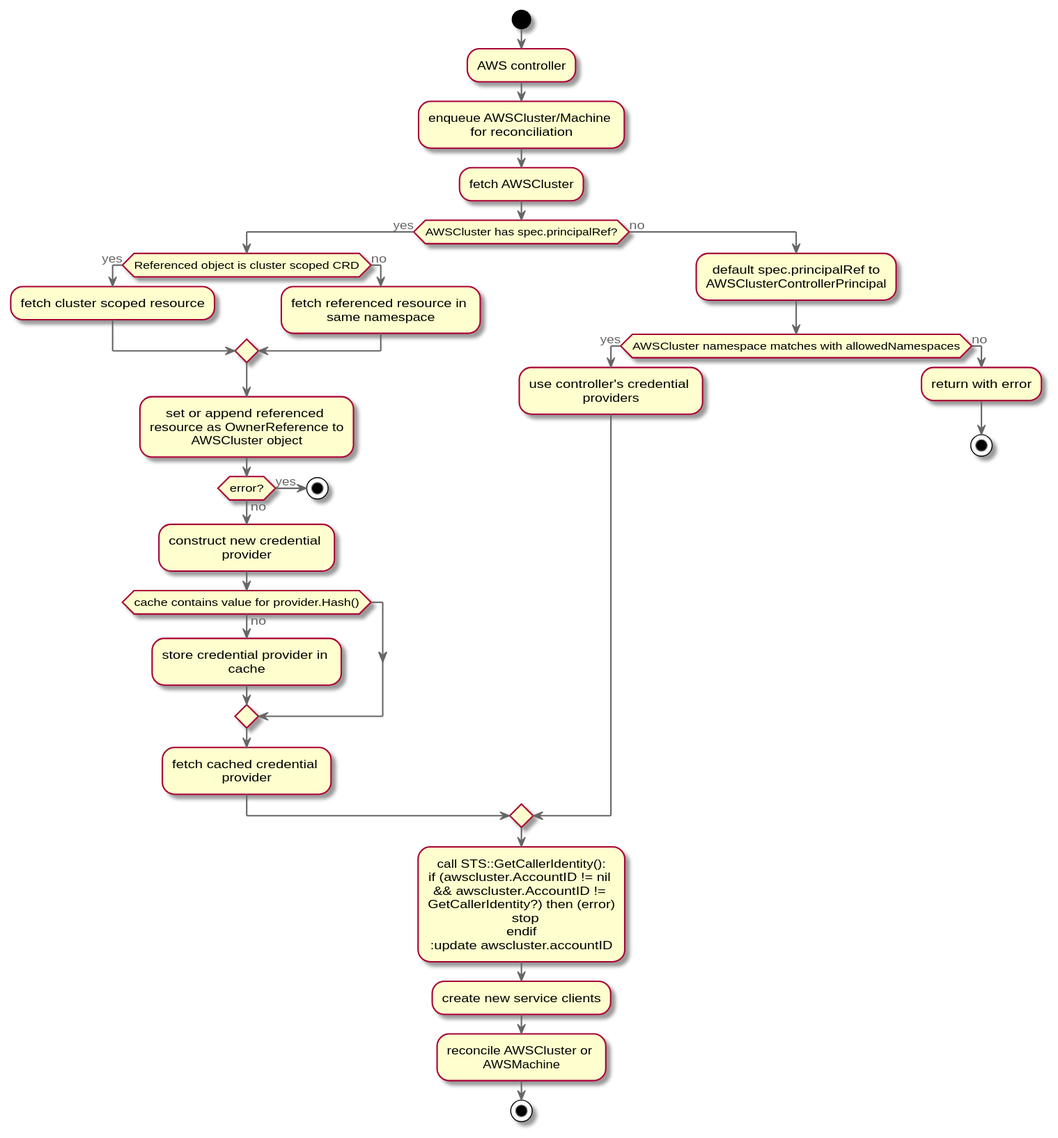
Above: docs/proposal/20200506-single-controller-multitenancy-flow.svg in dropbox-code/repo-9 (PlantUML), before the change.
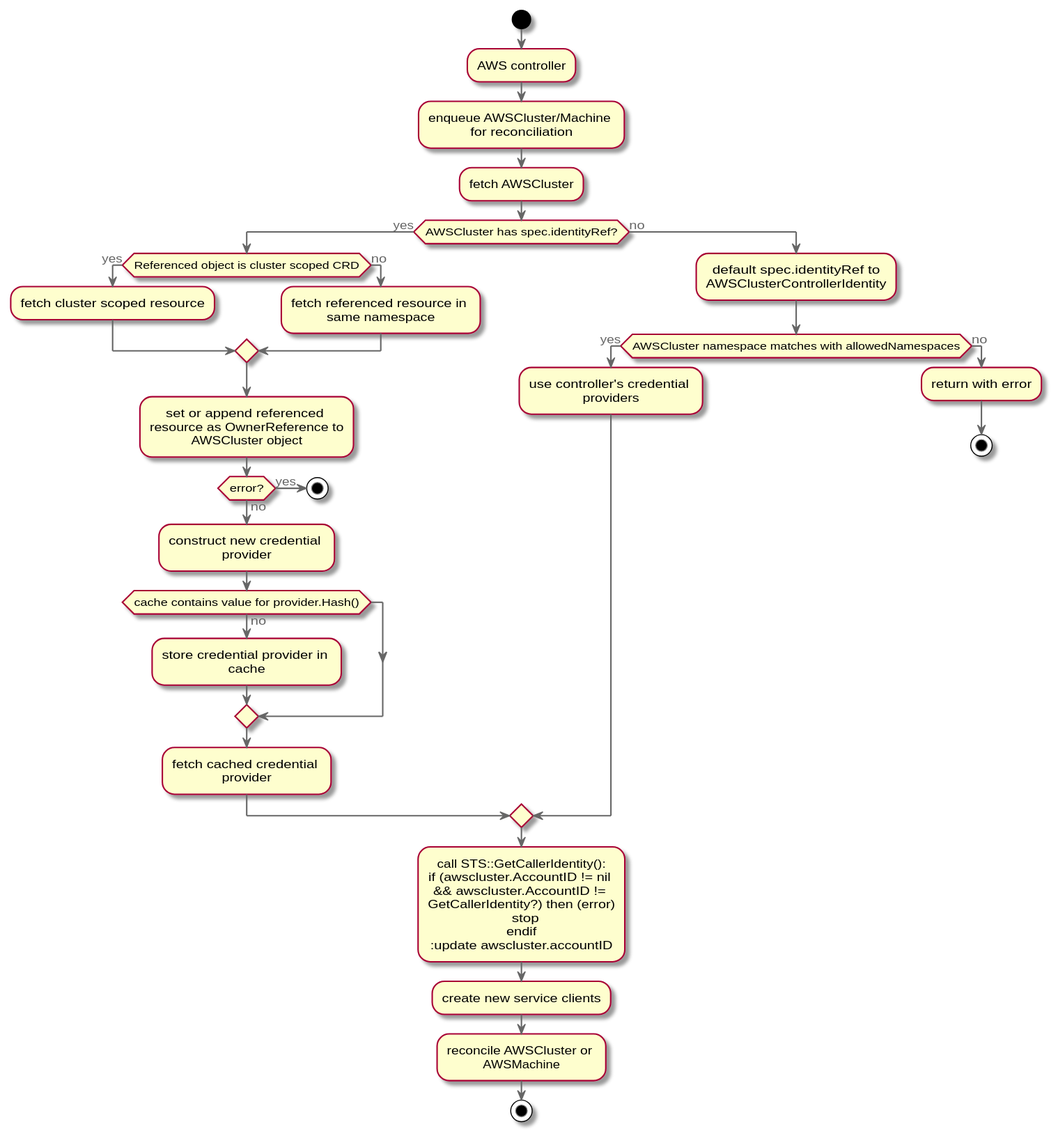
After the commit.

Diff of the diagram source:
```diff
@@ -5,7 +5,7 @@
 :AWS controller;
 :enqueue AWSCluster/Machine for reconciliation;
 :fetch AWSCluster;
-if (AWSCluster has spec.principalRef?) then (yes)
+if (AWSCluster has spec.identityRef?) then (yes)
   if (Referenced object is cluster scoped CRD) then (yes)
     :fetch cluster scoped resource;
   else (no)
@@ -22,7 +22,7 @@
     :fetch cached credential provider;
   endif
 else (no)
-  : default spec.principalRef to AWSClusterControllerPrincipal;
+  : default spec.identityRef to AWSClusterControllerIdentity;
   if (AWSCluster namespace matches with allowedNamespaces) then (yes)
     :use controller's credential providers;
   else (no)
```
